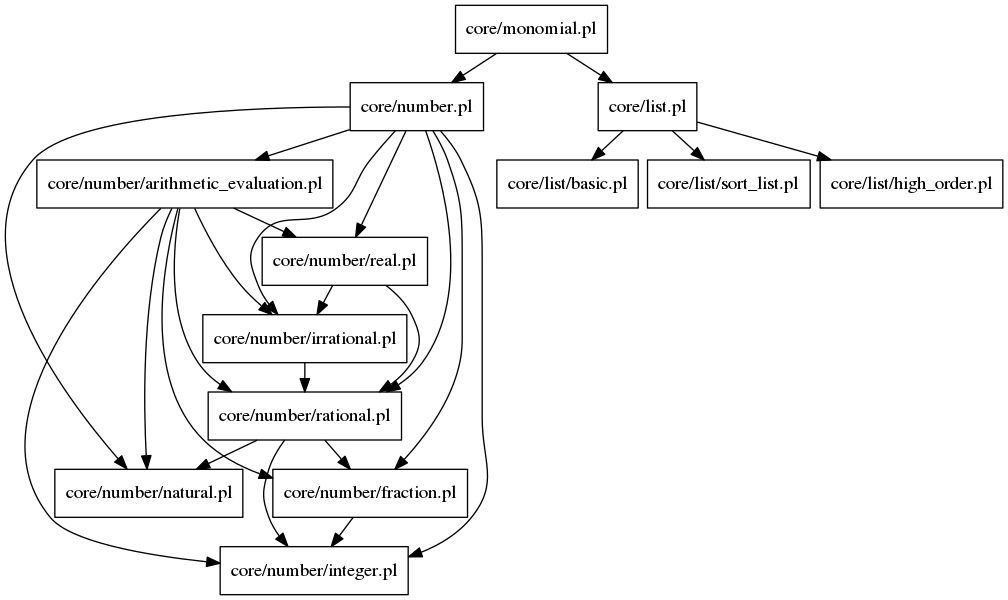
The Graphviz diagram docs/core/monomial.png in lluisalemanypuig/sycalc, before a commit. Its source is kept beside it as docs/.cache/core/monomial.dot.
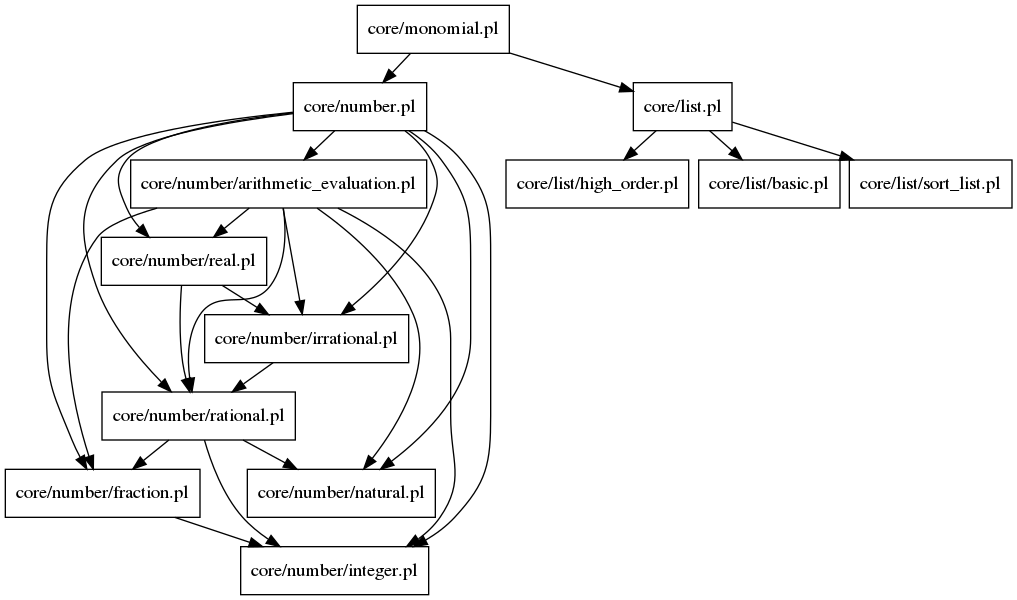
After the commit.

Diff of the diagram source:
```diff
@@ -2,29 +2,29 @@
 node [shape=rectangle]
 nodesep = 0.1
 ranksep = 0.3
-"core/number/fraction.pl" -> "core/number/integer.pl"
-"core/number/irrational.pl" -> "core/number/rational.pl"
 "core/monomial.pl" -> "core/number.pl"
 "core/monomial.pl" -> "core/list.pl"
-"core/number/arithmetic_evaluation.pl" -> "core/number/integer.pl"
-"core/number/arithmetic_evaluation.pl" -> "core/number/natural.pl"
-"core/number/arithmetic_evaluation.pl" -> "core/number/fraction.pl"
-"core/number/arithmetic_evaluation.pl" -> "core/number/irrational.pl"
-"core/number/arithmetic_evaluation.pl" -> "core/number/real.pl"
-"core/number/arithmetic_evaluation.pl" -> "core/number/rational.pl"
+"core/number.pl" -> "core/number/natural.pl"
+"core/number.pl" -> "core/number/rational.pl"
+"core/number.pl" -> "core/number/real.pl"
+"core/number.pl" -> "core/number/fraction.pl"
 "core/number.pl" -> "core/number/integer.pl"
-"core/number.pl" -> "core/number/natural.pl"
-"core/number.pl" -> "core/number/fraction.pl"
 "core/number.pl" -> "core/number/irrational.pl"
 "core/number.pl" -> "core/number/arithmetic_evaluation.pl"
-"core/number.pl" -> "core/number/real.pl"
-"core/number.pl" -> "core/number/rational.pl"
+"core/list.pl" -> "core/list/basic.pl"
 "core/list.pl" -> "core/list/sort_list.pl"
 "core/list.pl" -> "core/list/high_order.pl"
-"core/list.pl" -> "core/list/basic.pl"
-"core/number/real.pl" -> "core/number/irrational.pl"
-"core/number/real.pl" -> "core/number/rational.pl"
-"core/number/rational.pl" -> "core/number/integer.pl"
+"core/number/fraction.pl" -> "core/number/integer.pl"
 "core/number/rational.pl" -> "core/number/natural.pl"
 "core/number/rational.pl" -> "core/number/fraction.pl"
+"core/number/rational.pl" -> "core/number/integer.pl"
+"core/number/irrational.pl" -> "core/number/rational.pl"
+"core/number/real.pl" -> "core/number/rational.pl"
+"core/number/real.pl" -> "core/number/irrational.pl"
+"core/number/arithmetic_evaluation.pl" -> "core/number/natural.pl"
+"core/number/arithmetic_evaluation.pl" -> "core/number/rational.pl"
+"core/number/arithmetic_evaluation.pl" -> "core/number/real.pl"
+"core/number/arithmetic_evaluation.pl" -> "core/number/fraction.pl"
+"core/number/arithmetic_evaluation.pl" -> "core/number/integer.pl"
+"core/number/arithmetic_evaluation.pl" -> "core/number/irrational.pl"
 }
```
